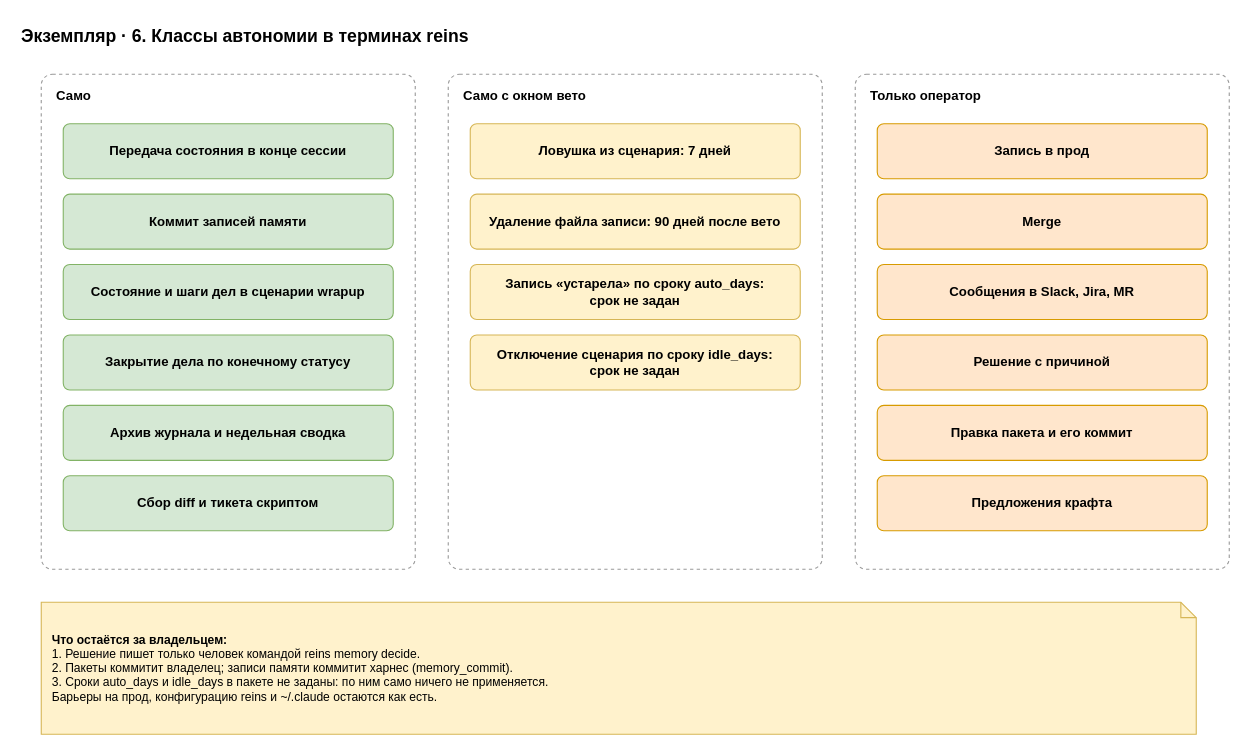
Before: page "6. Автономия" (6 of 7) of docs/spec/harness-instance-capital-operator.drawio in roygkov/reins, a draw.io diagram. Source tidied: cells renumbered, new cells numbered last; positions are measured from the earlier drawing's top-left corner, leaving out a move shared by most shapes. Both pictures are drawn from the tidied source at 110%, with x=0, y=0 at pixel (19, 19).
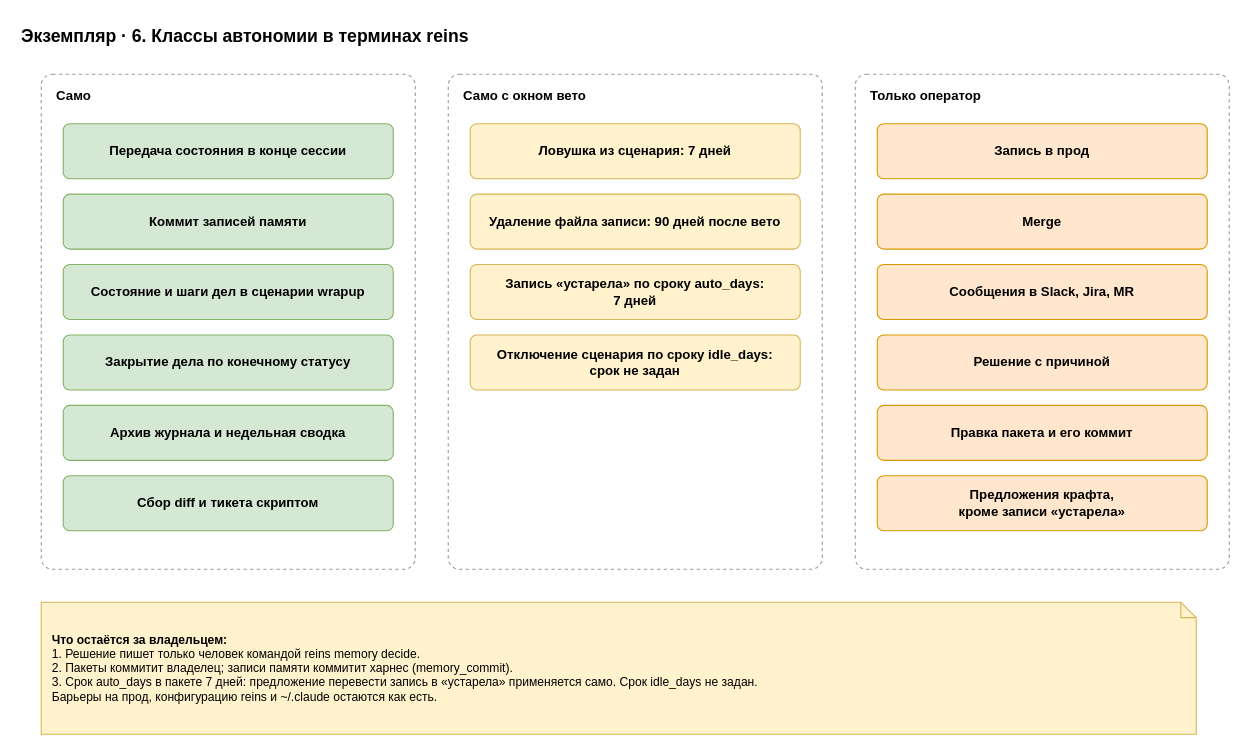
The same page after the edit.

Diff of the diagram source:
```diff
@@
-    <mxCell id="13" value="&lt;b&gt;Запись «устарела» по сроку auto_days:&lt;br&gt;срок не задан&lt;/b&gt;" style="rounded=1;whiteSpace=wrap;html=1;fillColor=#fff2cc;strokeColor=#d6b656;arcSize=12;" parent="1" vertex="1">
+    <mxCell id="13" value="&lt;b&gt;Запись «устарела» по сроку auto_days:&lt;br&gt;7 дней&lt;/b&gt;" style="rounded=1;whiteSpace=wrap;html=1;fillColor=#fff2cc;strokeColor=#d6b656;arcSize=12;" parent="1" vertex="1">
       <mxGeometry x="410" y="223" width="300" height="50" as="geometry" />
     </mxCell>
@@
-    <mxCell id="21" value="&lt;b&gt;Предложения крафта&lt;/b&gt;" style="rounded=1;whiteSpace=wrap;html=1;fillColor=#ffe6cc;strokeColor=#d79b00;arcSize=12;" parent="1" vertex="1">
+    <mxCell id="21" value="&lt;b&gt;Предложения крафта,&lt;br&gt;кроме записи «устарела»&lt;/b&gt;" style="rounded=1;whiteSpace=wrap;html=1;fillColor=#ffe6cc;strokeColor=#d79b00;arcSize=12;" parent="1" vertex="1">
       <mxGeometry x="780" y="415" width="300" height="50" as="geometry" />
     </mxCell>
-    <mxCell id="22" value="&lt;b&gt;Что остаётся за владельцем:&lt;/b&gt;&lt;br&gt;1. Решение пишет только человек командой reins memory decide.&lt;br&gt;2. Пакеты коммитит владелец; записи памяти коммитит харнес (memory_commit).&lt;br&gt;3. Сроки auto_days и idle_days в пакете не заданы: по ним само ничего не применяется.&lt;br&gt;Барьеры на прод, конфигурацию reins и ~/.claude остаются как есть." style="shape=note;whiteSpace=wrap;html=1;backgroundOutline=1;size=14;fillColor=#fff2cc;strokeColor=#d6b656;align=left;spacingLeft=8;spacingRight=8;fontSize=11;" parent="1" vertex="1">
+    <mxCell id="22" value="&lt;b&gt;Что остаётся за владельцем:&lt;/b&gt;&lt;br&gt;1. Решение пишет только человек командой reins memory decide.&lt;br&gt;2. Пакеты коммитит владелец; записи памяти коммитит харнес (memory_commit).&lt;br&gt;3. Срок auto_days в пакете 7 дней: предложение перевести запись в «устарела» применяется само. Срок idle_days не задан.&lt;br&gt;Барьеры на прод, конфигурацию reins и ~/.claude остаются как есть." style="shape=note;whiteSpace=wrap;html=1;backgroundOutline=1;size=14;fillColor=#fff2cc;strokeColor=#d6b656;align=left;spacingLeft=8;spacingRight=8;fontSize=11;" parent="1" vertex="1">
       <mxGeometry x="20" y="530" width="1050" height="120" as="geometry" />
     </mxCell>
```
